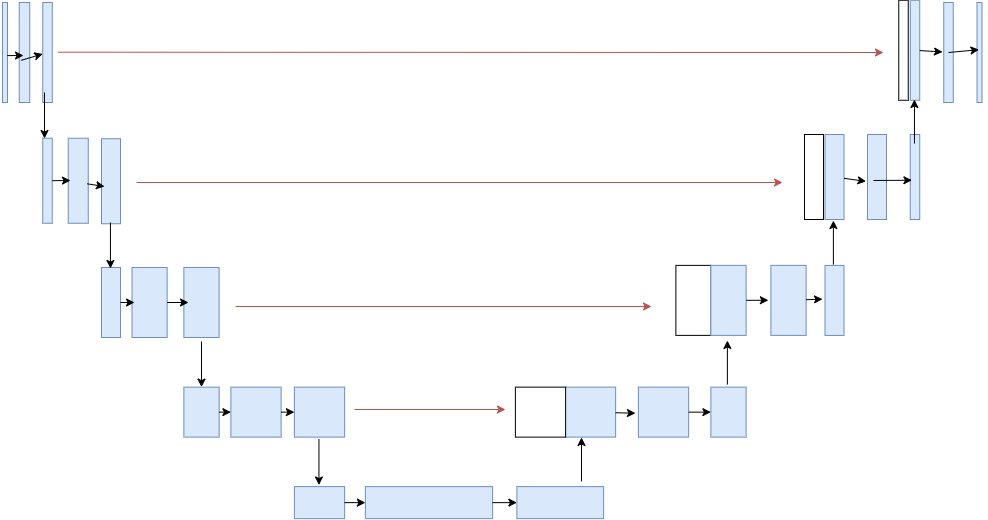
This is UNet+resnet图.drawio.png from jtwty/Face_Rec, a draw.io export, as it was before one commit. Source tidied: cells renumbered, new cells last; positions are measured from the earlier drawing's top-left corner, leaving out a move shared by most shapes. Its diagram source:
```xml
<mxGraphModel>
  <root>
    <mxCell id="0" />
    <mxCell id="1" parent="0" />
    <mxCell id="2" style="verticalLabelPosition=bottom;verticalAlign=top;html=1;shape=mxgraph.basic.rect;fillColor2=none;strokeWidth=1;size=20;indent=5;rotation=90;fillColor=#dae8fc;strokeColor=#6c8ebf;" parent="1" vertex="1">
      <mxGeometry x="0.5" y="4.5" width="100" height="5" as="geometry" />
    </mxCell>
    <mxCell id="3" style="verticalLabelPosition=bottom;verticalAlign=top;html=1;shape=mxgraph.basic.rect;fillColor2=none;strokeWidth=1;size=20;indent=5;rotation=90;fillColor=#dae8fc;strokeColor=#6c8ebf;" parent="1" vertex="1">
      <mxGeometry x="20" y="1.8" width="100" height="10.5" as="geometry" />
    </mxCell>
    <mxCell id="4" style="verticalLabelPosition=bottom;verticalAlign=top;html=1;shape=mxgraph.basic.rect;fillColor2=none;strokeWidth=1;size=20;indent=5;rotation=90;fillColor=#dae8fc;strokeColor=#6c8ebf;" parent="1" vertex="1">
      <mxGeometry x="43" y="2.2" width="100" height="9.5" as="geometry" />
    </mxCell>
    <mxCell id="5" style="verticalLabelPosition=bottom;verticalAlign=top;html=1;shape=mxgraph.basic.rect;fillColor2=none;strokeWidth=1;size=20;indent=5;rotation=90;fillColor=#dae8fc;strokeColor=#6c8ebf;" parent="1" vertex="1">
      <mxGeometry x="975" y="4.5" width="100" height="5" as="geometry" />
    </mxCell>
    <mxCell id="6" style="verticalLabelPosition=bottom;verticalAlign=top;html=1;shape=mxgraph.basic.rect;fillColor2=none;strokeWidth=1;size=20;indent=5;rotation=90;fillColor=#dae8fc;strokeColor=#6c8ebf;" parent="1" vertex="1">
      <mxGeometry x="50.5" y="130.5" width="85" height="9.5" as="geometry" />
    </mxCell>
    <mxCell id="7" style="verticalLabelPosition=bottom;verticalAlign=top;html=1;shape=mxgraph.basic.rect;fillColor2=none;strokeWidth=1;size=20;indent=5;rotation=90;fillColor=#dae8fc;strokeColor=#6c8ebf;" parent="1" vertex="1">
      <mxGeometry x="81.2" y="125.2" width="85" height="20" as="geometry" />
    </mxCell>
    <mxCell id="8" style="verticalLabelPosition=bottom;verticalAlign=top;html=1;shape=mxgraph.basic.rect;fillColor2=none;strokeWidth=1;size=20;indent=5;rotation=90;fillColor=#dae8fc;strokeColor=#6c8ebf;" parent="1" vertex="1">
      <mxGeometry x="114" y="126.2" width="85" height="19" as="geometry" />
    </mxCell>
    <mxCell id="9" style="verticalLabelPosition=bottom;verticalAlign=top;html=1;shape=mxgraph.basic.rect;fillColor2=none;strokeWidth=1;size=20;indent=5;rotation=90;fillColor=#dae8fc;strokeColor=#6c8ebf;" parent="1" vertex="1">
      <mxGeometry x="121.5" y="247.5" width="70" height="19" as="geometry" />
    </mxCell>
    <mxCell id="10" style="verticalLabelPosition=bottom;verticalAlign=top;html=1;shape=mxgraph.basic.rect;fillColor2=none;strokeWidth=1;size=20;indent=5;rotation=90;fillColor=#dae8fc;strokeColor=#6c8ebf;" parent="1" vertex="1">
      <mxGeometry x="160.1" y="239.4" width="70" height="35.1" as="geometry" />
    </mxCell>
    <mxCell id="11" style="verticalLabelPosition=bottom;verticalAlign=top;html=1;shape=mxgraph.basic.rect;fillColor2=none;strokeWidth=1;size=20;indent=5;rotation=90;fillColor=#dae8fc;strokeColor=#6c8ebf;" parent="1" vertex="1">
      <mxGeometry x="212" y="239.4" width="70" height="35.2" as="geometry" />
    </mxCell>
    <mxCell id="12" style="verticalLabelPosition=bottom;verticalAlign=top;html=1;shape=mxgraph.basic.rect;fillColor2=none;strokeWidth=1;size=20;indent=5;rotation=90;fillColor=#dae8fc;strokeColor=#6c8ebf;" parent="1" vertex="1">
      <mxGeometry x="222" y="349" width="50" height="35.2" as="geometry" />
    </mxCell>
    <mxCell id="13" style="verticalLabelPosition=bottom;verticalAlign=top;html=1;shape=mxgraph.basic.rect;fillColor2=none;strokeWidth=1;size=20;indent=5;rotation=90;fillColor=#dae8fc;strokeColor=#6c8ebf;" parent="1" vertex="1">
      <mxGeometry x="276.5" y="341.5" width="50" height="50.2" as="geometry" />
    </mxCell>
    <mxCell id="14" style="verticalLabelPosition=bottom;verticalAlign=top;html=1;shape=mxgraph.basic.rect;fillColor2=none;strokeWidth=1;size=20;indent=5;rotation=90;fillColor=#dae8fc;strokeColor=#6c8ebf;" parent="1" vertex="1">
      <mxGeometry x="340" y="341.5" width="50" height="50.2" as="geometry" />
    </mxCell>
    <mxCell id="15" style="verticalLabelPosition=bottom;verticalAlign=top;html=1;shape=mxgraph.basic.rect;fillColor2=none;strokeWidth=1;size=20;indent=5;rotation=90;fillColor=#dae8fc;strokeColor=#6c8ebf;" parent="1" vertex="1">
      <mxGeometry x="349" y="432" width="32" height="50.2" as="geometry" />
    </mxCell>
    <mxCell id="16" style="verticalLabelPosition=bottom;verticalAlign=top;html=1;shape=mxgraph.basic.rect;fillColor2=none;strokeWidth=1;size=20;indent=5;rotation=90;fillColor=#dae8fc;strokeColor=#6c8ebf;" parent="1" vertex="1">
      <mxGeometry x="458.5" y="393.5" width="32" height="127.2" as="geometry" />
    </mxCell>
    <mxCell id="17" style="verticalLabelPosition=bottom;verticalAlign=top;html=1;shape=mxgraph.basic.rect;fillColor2=none;strokeWidth=1;size=20;indent=5;rotation=90;fillColor=#dae8fc;strokeColor=#6c8ebf;" parent="1" vertex="1">
      <mxGeometry x="589.8" y="413.8" width="32" height="86.8" as="geometry" />
    </mxCell>
    <mxCell id="18" style="verticalLabelPosition=bottom;verticalAlign=top;html=1;shape=mxgraph.basic.rect;fillColor2=none;strokeWidth=1;size=20;indent=5;rotation=90;fillColor=#dae8fc;strokeColor=#6c8ebf;" parent="1" vertex="1">
      <mxGeometry x="611" y="341.5" width="50" height="50.2" as="geometry" />
    </mxCell>
    <mxCell id="19" style="verticalLabelPosition=bottom;verticalAlign=top;html=1;shape=mxgraph.basic.rect;fillColor2=none;strokeWidth=1;size=20;indent=5;rotation=90;" parent="1" vertex="1">
      <mxGeometry x="561" y="341.5" width="50" height="50.2" as="geometry" />
    </mxCell>
    <mxCell id="20" style="verticalLabelPosition=bottom;verticalAlign=top;html=1;shape=mxgraph.basic.rect;fillColor2=none;strokeWidth=1;size=20;indent=5;rotation=90;fillColor=#dae8fc;strokeColor=#6c8ebf;" parent="1" vertex="1">
      <mxGeometry x="684" y="341.5" width="50" height="50.2" as="geometry" />
    </mxCell>
    <mxCell id="21" style="verticalLabelPosition=bottom;verticalAlign=top;html=1;shape=mxgraph.basic.rect;fillColor2=none;strokeWidth=1;size=14.81;indent=5;rotation=90;fillColor=#dae8fc;strokeColor=#6c8ebf;" parent="1" vertex="1">
      <mxGeometry x="749" y="349" width="50" height="35.2" as="geometry" />
    </mxCell>
    <mxCell id="22" style="verticalLabelPosition=bottom;verticalAlign=top;html=1;shape=mxgraph.basic.rect;fillColor2=none;strokeWidth=1;size=20;indent=5;rotation=90;fillColor=#dae8fc;strokeColor=#6c8ebf;" parent="1" vertex="1">
      <mxGeometry x="799" y="237.2" width="70" height="35.2" as="geometry" />
    </mxCell>
    <mxCell id="23" style="verticalLabelPosition=bottom;verticalAlign=top;html=1;shape=mxgraph.basic.rect;fillColor2=none;strokeWidth=1;size=20;indent=5;rotation=90;" parent="1" vertex="1">
      <mxGeometry x="704" y="237.2" width="70" height="35.2" as="geometry" />
    </mxCell>
    <mxCell id="24" style="verticalLabelPosition=bottom;verticalAlign=top;html=1;shape=mxgraph.basic.rect;fillColor2=none;strokeWidth=1;size=20;indent=5;rotation=90;fillColor=#dae8fc;strokeColor=#6c8ebf;" parent="1" vertex="1">
      <mxGeometry x="739" y="237.2" width="70" height="35.2" as="geometry" />
    </mxCell>
    <mxCell id="25" style="verticalLabelPosition=bottom;verticalAlign=top;html=1;shape=mxgraph.basic.rect;fillColor2=none;strokeWidth=1;size=20;indent=5;rotation=90;fillColor=#dae8fc;strokeColor=#6c8ebf;" parent="1" vertex="1">
      <mxGeometry x="845" y="245.4" width="70" height="19" as="geometry" />
    </mxCell>
    <mxCell id="26" style="verticalLabelPosition=bottom;verticalAlign=top;html=1;shape=mxgraph.basic.rect;fillColor2=none;strokeWidth=1;size=20;indent=5;rotation=90;fillColor=#dae8fc;strokeColor=#6c8ebf;" parent="1" vertex="1">
      <mxGeometry x="837.5" y="122" width="85" height="19" as="geometry" />
    </mxCell>
    <mxCell id="27" style="verticalLabelPosition=bottom;verticalAlign=top;html=1;shape=mxgraph.basic.rect;fillColor2=none;strokeWidth=1;size=20;indent=5;rotation=90;" parent="1" vertex="1">
      <mxGeometry x="817" y="122" width="85" height="19" as="geometry" />
    </mxCell>
    <mxCell id="28" style="verticalLabelPosition=bottom;verticalAlign=top;html=1;shape=mxgraph.basic.rect;fillColor2=none;strokeWidth=1;size=20;indent=5;rotation=90;fillColor=#dae8fc;strokeColor=#6c8ebf;" parent="1" vertex="1">
      <mxGeometry x="880" y="122" width="85" height="19" as="geometry" />
    </mxCell>
    <mxCell id="29" style="verticalLabelPosition=bottom;verticalAlign=top;html=1;shape=mxgraph.basic.rect;fillColor2=none;strokeWidth=1;size=20;indent=5;rotation=90;fillColor=#dae8fc;strokeColor=#6c8ebf;" parent="1" vertex="1">
      <mxGeometry x="918" y="126.8" width="85" height="9.5" as="geometry" />
    </mxCell>
    <mxCell id="30" style="verticalLabelPosition=bottom;verticalAlign=top;html=1;shape=mxgraph.basic.rect;fillColor2=none;strokeWidth=1;size=20;indent=5;rotation=90;fillColor=#dae8fc;strokeColor=#6c8ebf;" parent="1" vertex="1">
      <mxGeometry x="910.5" width="100" height="9.5" as="geometry" />
    </mxCell>
    <mxCell id="31" style="verticalLabelPosition=bottom;verticalAlign=top;html=1;shape=mxgraph.basic.rect;fillColor2=none;strokeWidth=1;size=20;indent=5;rotation=90;" parent="1" vertex="1">
      <mxGeometry x="899" width="100" height="9.5" as="geometry" />
    </mxCell>
    <mxCell id="32" style="verticalLabelPosition=bottom;verticalAlign=top;html=1;shape=mxgraph.basic.rect;fillColor2=none;strokeWidth=1;size=20;indent=5;rotation=90;fillColor=#dae8fc;strokeColor=#6c8ebf;" parent="1" vertex="1">
      <mxGeometry x="944" y="2.2" width="100" height="9.5" as="geometry" />
    </mxCell>
    <mxCell id="33" style="endArrow=classic;html=1;rounded=0;exitX=0.497;exitY=-0.588;exitDx=0;exitDy=0;exitPerimeter=0;fillColor=#f8cecc;strokeColor=#b85450;" parent="1" edge="1" source="4">
      <mxGeometry relative="1" as="geometry">
        <mxPoint x="929" y="7" as="targetPoint" />
      </mxGeometry>
    </mxCell>
    <mxCell id="34" style="endArrow=classic;html=1;rounded=0;fillColor=#f8cecc;strokeColor=#b85450;" parent="1" edge="1">
      <mxGeometry relative="1" as="geometry">
        <mxPoint x="182" y="137" as="sourcePoint" />
        <mxPoint x="828" y="137" as="targetPoint" />
      </mxGeometry>
    </mxCell>
    <mxCell id="35" style="endArrow=classic;html=1;rounded=0;fillColor=#f8cecc;strokeColor=#b85450;" parent="1" edge="1">
      <mxGeometry relative="1" as="geometry">
        <mxPoint x="281" y="261" as="sourcePoint" />
        <mxPoint x="697" y="261" as="targetPoint" />
      </mxGeometry>
    </mxCell>
    <mxCell id="36" style="endArrow=classic;html=1;rounded=0;fillColor=#f8cecc;strokeColor=#b85450;" parent="1" edge="1">
      <mxGeometry relative="1" as="geometry">
        <mxPoint x="400" y="364" as="sourcePoint" />
        <mxPoint x="551" y="364" as="targetPoint" />
      </mxGeometry>
    </mxCell>
    <mxCell id="37" style="endArrow=classic;html=1;rounded=0;" parent="1" edge="1" target="12">
      <mxGeometry relative="1" as="geometry">
        <mxPoint x="247" y="296" as="sourcePoint" />
      </mxGeometry>
    </mxCell>
    <mxCell id="38" style="endArrow=classic;html=1;rounded=0;" parent="1" edge="1">
      <mxGeometry relative="1" as="geometry">
        <mxPoint x="364.4" y="393.5" as="sourcePoint" />
        <mxPoint x="364.4" y="439.5" as="targetPoint" />
      </mxGeometry>
    </mxCell>
    <mxCell id="39" style="endArrow=classic;html=1;rounded=0;" parent="1" edge="1">
      <mxGeometry relative="1" as="geometry">
        <mxPoint x="90" y="47" as="sourcePoint" />
        <mxPoint x="90" y="93" as="targetPoint" />
      </mxGeometry>
    </mxCell>
    <mxCell id="40" style="endArrow=classic;html=1;rounded=0;" parent="1" edge="1">
      <mxGeometry relative="1" as="geometry">
        <mxPoint x="155.9" y="177" as="sourcePoint" />
        <mxPoint x="155.9" y="223" as="targetPoint" />
      </mxGeometry>
    </mxCell>
    <mxCell id="41" style="endArrow=classic;html=1;rounded=0;" parent="1" edge="1">
      <mxGeometry relative="1" as="geometry">
        <mxPoint x="627" y="436" as="sourcePoint" />
        <mxPoint x="627" y="392" as="targetPoint" />
      </mxGeometry>
    </mxCell>
    <mxCell id="42" style="endArrow=classic;html=1;rounded=0;" parent="1" edge="1">
      <mxGeometry relative="1" as="geometry">
        <mxPoint x="959.9" y="98" as="sourcePoint" />
        <mxPoint x="959.9" y="54" as="targetPoint" />
      </mxGeometry>
    </mxCell>
    <mxCell id="43" style="endArrow=classic;html=1;rounded=0;" parent="1" edge="1">
      <mxGeometry relative="1" as="geometry">
        <mxPoint x="878.9" y="219" as="sourcePoint" />
        <mxPoint x="878.9" y="175" as="targetPoint" />
      </mxGeometry>
    </mxCell>
    <mxCell id="44" style="endArrow=classic;html=1;rounded=0;" parent="1" edge="1">
      <mxGeometry relative="1" as="geometry">
        <mxPoint x="772.9" y="339" as="sourcePoint" />
        <mxPoint x="772.9" y="295" as="targetPoint" />
      </mxGeometry>
    </mxCell>
    <mxCell id="45" style="endArrow=classic;html=1;rounded=0;" parent="1" edge="1" source="15" target="16">
      <mxGeometry relative="1" as="geometry" />
    </mxCell>
    <mxCell id="46" style="endArrow=classic;html=1;rounded=0;" parent="1" edge="1" source="16" target="17">
      <mxGeometry relative="1" as="geometry" />
    </mxCell>
    <mxCell id="47" style="endArrow=classic;html=1;rounded=0;" parent="1" edge="1" source="12" target="13">
      <mxGeometry relative="1" as="geometry" />
    </mxCell>
    <mxCell id="48" style="endArrow=classic;html=1;rounded=0;" parent="1" edge="1" source="13" target="14">
      <mxGeometry relative="1" as="geometry" />
    </mxCell>
    <mxCell id="49" style="endArrow=classic;html=1;rounded=0;" parent="1" edge="1" source="9">
      <mxGeometry relative="1" as="geometry">
        <mxPoint x="180" y="257" as="targetPoint" />
      </mxGeometry>
    </mxCell>
    <mxCell id="50" style="endArrow=classic;html=1;rounded=0;" parent="1" edge="1" source="10">
      <mxGeometry relative="1" as="geometry">
        <mxPoint x="234" y="257" as="targetPoint" />
      </mxGeometry>
    </mxCell>
    <mxCell id="51" style="endArrow=classic;html=1;rounded=0;entryX=0.522;entryY=1.058;entryDx=0;entryDy=0;entryPerimeter=0;" parent="1" edge="1" source="18" target="20">
      <mxGeometry relative="1" as="geometry" />
    </mxCell>
    <mxCell id="52" style="endArrow=classic;html=1;rounded=0;" parent="1" edge="1" source="20" target="21">
      <mxGeometry relative="1" as="geometry" />
    </mxCell>
    <mxCell id="53" style="endArrow=classic;html=1;rounded=0;entryX=0.498;entryY=1.071;entryDx=0;entryDy=0;entryPerimeter=0;" parent="1" edge="1" source="24" target="22">
      <mxGeometry relative="1" as="geometry" />
    </mxCell>
    <mxCell id="54" style="endArrow=classic;html=1;rounded=0;entryX=0.481;entryY=1.132;entryDx=0;entryDy=0;entryPerimeter=0;" parent="1" edge="1" source="22" target="25">
      <mxGeometry relative="1" as="geometry" />
    </mxCell>
    <mxCell id="55" style="endArrow=classic;html=1;rounded=0;" parent="1" edge="1" source="6">
      <mxGeometry relative="1" as="geometry">
        <mxPoint x="116" y="135" as="targetPoint" />
      </mxGeometry>
    </mxCell>
    <mxCell id="56" style="endArrow=classic;html=1;rounded=0;exitX=0.536;exitY=0.052;exitDx=0;exitDy=0;exitPerimeter=0;" parent="1" edge="1" source="7">
      <mxGeometry relative="1" as="geometry">
        <mxPoint x="150" y="141" as="targetPoint" />
      </mxGeometry>
    </mxCell>
    <mxCell id="57" style="endArrow=classic;html=1;rounded=0;entryX=0.552;entryY=1.077;entryDx=0;entryDy=0;entryPerimeter=0;" parent="1" edge="1" source="26" target="28">
      <mxGeometry relative="1" as="geometry" />
    </mxCell>
    <mxCell id="58" style="endArrow=classic;html=1;rounded=0;entryX=0.538;entryY=0.825;entryDx=0;entryDy=0;entryPerimeter=0;" parent="1" edge="1" target="29">
      <mxGeometry relative="1" as="geometry">
        <mxPoint x="919" y="135" as="sourcePoint" />
      </mxGeometry>
    </mxCell>
    <mxCell id="59" style="endArrow=classic;html=1;rounded=0;entryX=0.495;entryY=1.132;entryDx=0;entryDy=0;entryPerimeter=0;" parent="1" edge="1" source="30" target="32">
      <mxGeometry relative="1" as="geometry" />
    </mxCell>
    <mxCell id="60" style="endArrow=classic;html=1;rounded=0;exitX=0.5;exitY=0.5;exitDx=0;exitDy=0;exitPerimeter=0;entryX=0.472;entryY=0.606;entryDx=0;entryDy=0;entryPerimeter=0;" parent="1" edge="1" source="32" target="5">
      <mxGeometry relative="1" as="geometry" />
    </mxCell>
    <mxCell id="61" style="endArrow=classic;html=1;rounded=0;exitX=0.531;exitY=0.059;exitDx=0;exitDy=0;exitPerimeter=0;" parent="1" edge="1" source="2">
      <mxGeometry relative="1" as="geometry">
        <mxPoint x="69" y="10" as="targetPoint" />
      </mxGeometry>
    </mxCell>
    <mxCell id="62" style="endArrow=classic;html=1;rounded=0;exitX=0.578;exitY=0.803;exitDx=0;exitDy=0;exitPerimeter=0;" parent="1" edge="1" source="3" target="4">
      <mxGeometry relative="1" as="geometry" />
    </mxCell>
  </root>
</mxGraphModel>
```
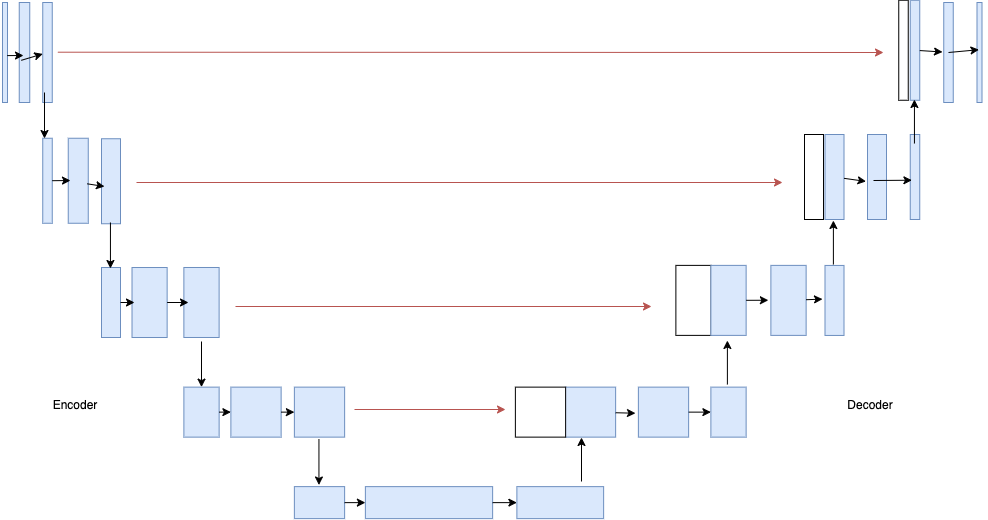
After the change.

Diff of the diagram source:
```diff
@@ -231,5 +231,11 @@
     <mxCell id="62" style="endArrow=classic;html=1;rounded=0;exitX=0.578;exitY=0.803;exitDx=0;exitDy=0;exitPerimeter=0;" parent="1" edge="1" source="3" target="4">
       <mxGeometry relative="1" as="geometry" />
     </mxCell>
+    <mxCell id="63" value="Encoder" style="text;html=1;strokeColor=none;fillColor=none;align=center;verticalAlign=middle;whiteSpace=wrap;rounded=0;" parent="1" vertex="1">
+      <mxGeometry x="63" y="316" width="116" height="88" as="geometry" />
+    </mxCell>
+    <mxCell id="64" value="Decoder" style="text;html=1;strokeColor=none;fillColor=none;align=center;verticalAlign=middle;whiteSpace=wrap;rounded=0;" parent="1" vertex="1">
+      <mxGeometry x="886" y="345" width="60" height="30" as="geometry" />
+    </mxCell>
   </root>
 </mxGraphModel>
```
